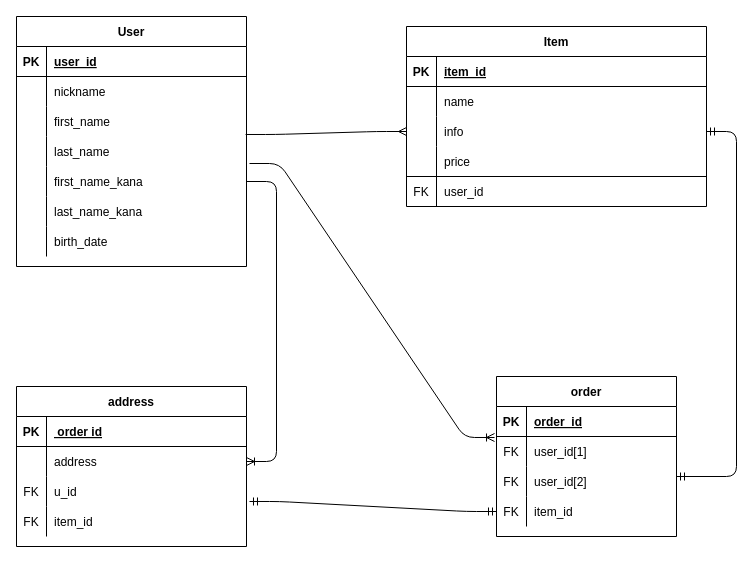
aigis1/furima-31650 keeps this draw.io diagram as db.dio. Above is the earlier version. Source tidied: cells renumbered, new cells numbered last; positions are measured from the earlier drawing's top-left corner, leaving out a move shared by most shapes. Both pictures are drawn from the tidied source at 100%, with x=0, y=0 at pixel (16, 16).
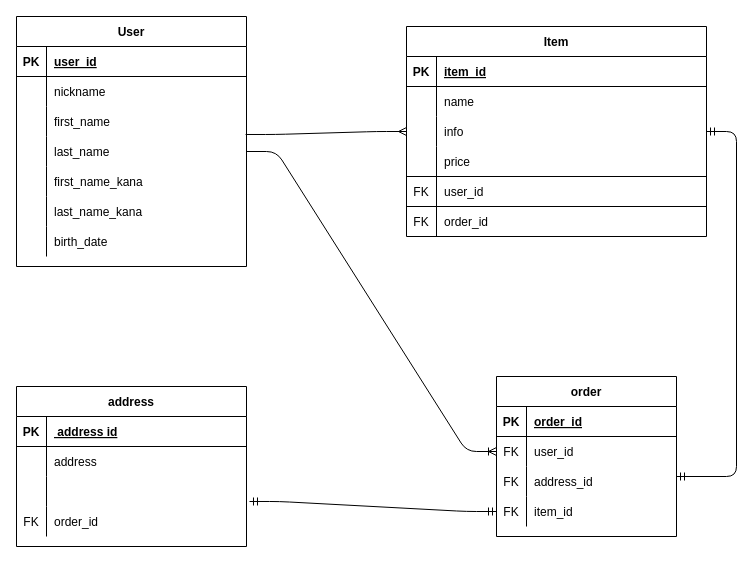
The same diagram, later.

Commit message (it also covers changes not shown here):
ordersテーブルのカラムとアソシエーションの見直し

The change refers to these unchanged cells:
```xml
<mxCell id="12" style="shape=partialRectangle;fillColor=none;top=0;left=0;bottom=0;right=0;points=[[0,0.5],[1,0.5]];portConstraint=eastwest;" parent="2" vertex="1">
  <mxGeometry y="120" width="230" height="30" as="geometry" />
</mxCell>
<mxCell id="15" style="shape=partialRectangle;fillColor=none;top=0;left=0;bottom=0;right=0;points=[[0,0.5],[1,0.5]];portConstraint=eastwest;" parent="2" vertex="1">
  <mxGeometry y="150" width="230" height="30" as="geometry" />
</mxCell>
<mxCell id="43" style="shape=partialRectangle;fillColor=none;top=0;left=0;bottom=1;right=0;" parent="42" vertex="1">
  <mxGeometry y="30" width="230" height="30" as="geometry" />
</mxCell>
<mxCell id="46" style="shape=partialRectangle;fillColor=none;top=0;left=0;bottom=0;right=0;points=[[0,0.5],[1,0.5]];portConstraint=eastwest;" parent="42" vertex="1">
  <mxGeometry y="60" width="230" height="30" as="geometry" />
</mxCell>
<mxCell id="49" style="shape=partialRectangle;fillColor=none;top=0;left=0;bottom=0;right=0;points=[[0,0.5],[1,0.5]];portConstraint=eastwest;" parent="42" vertex="1">
  <mxGeometry y="90" width="230" height="30" as="geometry" />
</mxCell>
<mxCell id="52" style="shape=partialRectangle;fillColor=none;top=0;left=0;bottom=0;right=0;" parent="42" vertex="1">
  <mxGeometry y="120" width="230" height="30" as="geometry" />
</mxCell>
<mxCell id="60" style="shape=partialRectangle;fillColor=none;top=0;left=0;bottom=0;right=0;points=[[0,0.5],[1,0.5]];portConstraint=eastwest;" parent="56" vertex="1">
  <mxGeometry y="60" width="180" height="30" as="geometry" />
</mxCell>
<mxCell id="63" style="shape=partialRectangle;fillColor=none;top=0;left=0;bottom=0;right=0;" parent="56" vertex="1">
  <mxGeometry y="90" width="180" height="30" as="geometry" />
</mxCell>
```

Diff of the diagram source:
```diff
@@
     <mxCell id="24" value="Item" style="shape=table;startSize=30;childLayout=tableLayout;rowLines=0;fontStyle=1;align=center;" parent="1" vertex="1">
-      <mxGeometry x="390" y="10" width="300" height="180" as="geometry" />
+      <mxGeometry x="390" y="10" width="300" height="210" as="geometry" />
     </mxCell>
@@
+    <mxCell id="71" style="shape=partialRectangle;fillColor=none;top=0;left=0;bottom=0;right=0;" parent="24" vertex="1">
+      <mxGeometry y="180" width="300" height="30" as="geometry" />
+    </mxCell>
+    <mxCell id="72" value="FK" style="shape=partialRectangle;fillColor=none;top=1;left=0;bottom=0;right=0;overflow=hidden;" parent="71" vertex="1">
+      <mxGeometry width="30" height="30" as="geometry" />
+    </mxCell>
+    <mxCell id="73" value="order_id " style="shape=partialRectangle;fillColor=none;top=1;left=0;bottom=0;right=0;align=left;spacingLeft=6;overflow=hidden;" parent="71" vertex="1">
+      <mxGeometry x="30" width="270" height="30" as="geometry" />
+    </mxCell>
@@
-    <mxCell id="45" value=" order id" style="shape=partialRectangle;fillColor=none;top=0;left=0;bottom=0;right=0;align=left;spacingLeft=6;fontStyle=5;overflow=hidden;" parent="43" vertex="1">
+    <mxCell id="45" value=" address id" style="shape=partialRectangle;fillColor=none;top=0;left=0;bottom=0;right=0;align=left;spacingLeft=6;fontStyle=5;overflow=hidden;" parent="43" vertex="1">
       <mxGeometry x="30" width="200" height="30" as="geometry" />
     </mxCell>
@@
-    <mxCell id="50" value="FK" style="shape=partialRectangle;fillColor=none;top=0;left=0;bottom=0;right=0;overflow=hidden;" parent="49" vertex="1">
+    <mxCell id="50" style="shape=partialRectangle;fillColor=none;top=0;left=0;bottom=0;right=0;overflow=hidden;" parent="49" vertex="1">
       <mxGeometry width="30" height="30" as="geometry" />
     </mxCell>
-    <mxCell id="51" value="u_id" style="shape=partialRectangle;fillColor=none;top=0;left=0;bottom=0;right=0;align=left;spacingLeft=6;overflow=hidden;" parent="49" vertex="1">
+    <mxCell id="51" style="shape=partialRectangle;fillColor=none;top=0;left=0;bottom=0;right=0;align=left;spacingLeft=6;overflow=hidden;" parent="49" vertex="1">
       <mxGeometry x="30" width="200" height="30" as="geometry" />
     </mxCell>
@@
-    <mxCell id="54" value="item_id" style="shape=partialRectangle;fillColor=none;top=0;left=0;bottom=0;right=0;align=left;spacingLeft=6;overflow=hidden;" parent="52" vertex="1">
+    <mxCell id="54" value="order_id" style="shape=partialRectangle;fillColor=none;top=0;left=0;bottom=0;right=0;align=left;spacingLeft=6;overflow=hidden;" parent="52" vertex="1">
       <mxGeometry x="30" width="200" height="30" as="geometry" />
     </mxCell>
-    <mxCell id="55" style="edgeStyle=entityRelationEdgeStyle;fontSize=12;html=1;endArrow=ERoneToMany;exitX=1;exitY=0.5;exitDx=0;exitDy=0;" parent="1" edge="1" source="15" target="46">
-      <mxGeometry relative="1" as="geometry" />
-    </mxCell>
@@
-    <mxCell id="62" value="user_id[1]" style="shape=partialRectangle;fillColor=none;top=0;left=0;bottom=0;right=0;align=left;spacingLeft=6;overflow=hidden;" parent="60" vertex="1">
+    <mxCell id="62" value="user_id" style="shape=partialRectangle;fillColor=none;top=0;left=0;bottom=0;right=0;align=left;spacingLeft=6;overflow=hidden;" parent="60" vertex="1">
       <mxGeometry x="30" width="150" height="30" as="geometry" />
     </mxCell>
@@
-    <mxCell id="65" value="user_id[2]" style="shape=partialRectangle;fillColor=none;top=0;left=0;bottom=0;right=0;align=left;spacingLeft=6;overflow=hidden;" parent="63" vertex="1">
+    <mxCell id="65" value="address_id" style="shape=partialRectangle;fillColor=none;top=0;left=0;bottom=0;right=0;align=left;spacingLeft=6;overflow=hidden;" parent="63" vertex="1">
       <mxGeometry x="30" width="150" height="30" as="geometry" />
     </mxCell>
@@
-    <mxCell id="70" style="edgeStyle=entityRelationEdgeStyle;fontSize=12;html=1;endArrow=ERoneToMany;entryX=-0.011;entryY=0.033;entryDx=0;entryDy=0;entryPerimeter=0;exitX=1.013;exitY=-0.1;exitDx=0;exitDy=0;exitPerimeter=0;" parent="1" edge="1" source="15" target="60">
-      <mxGeometry relative="1" as="geometry" />
-    </mxCell>
+    <mxCell id="74" style="edgeStyle=entityRelationEdgeStyle;fontSize=12;html=1;endArrow=ERoneToMany;exitX=1;exitY=0.5;exitDx=0;exitDy=0;" parent="1" edge="1" source="12">
+      <mxGeometry relative="1" as="geometry">
+        <mxPoint x="480" y="435" as="targetPoint" />
+      </mxGeometry>
+    </mxCell>
```
